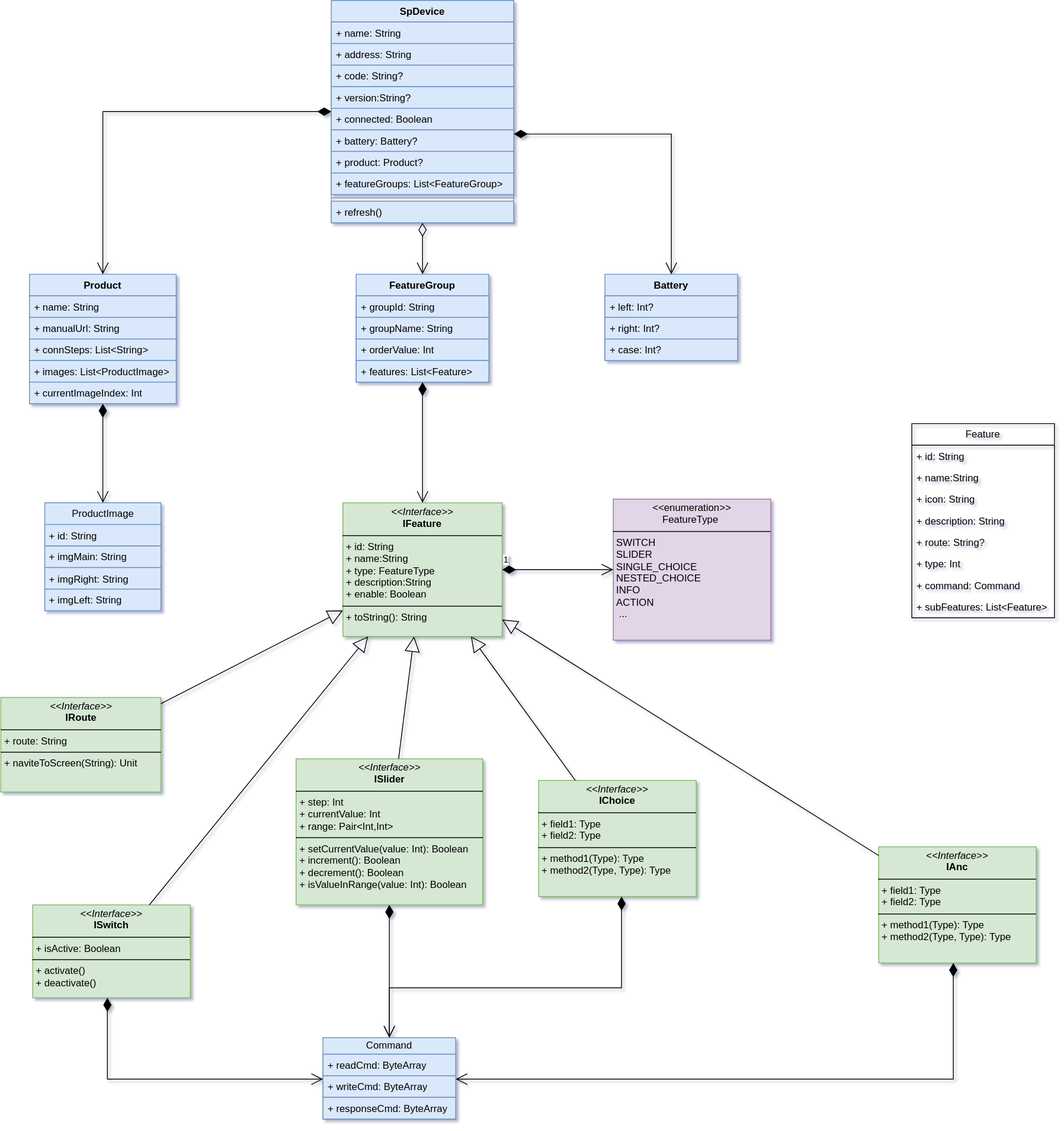
kekemao00/draw-libs keeps this draw.io diagram as sp-device.drawio.svg. Above is the earlier version. Source tidied: cells renumbered, new cells last; positions are measured from the earlier drawing's top-left corner, leaving out a move shared by most shapes.
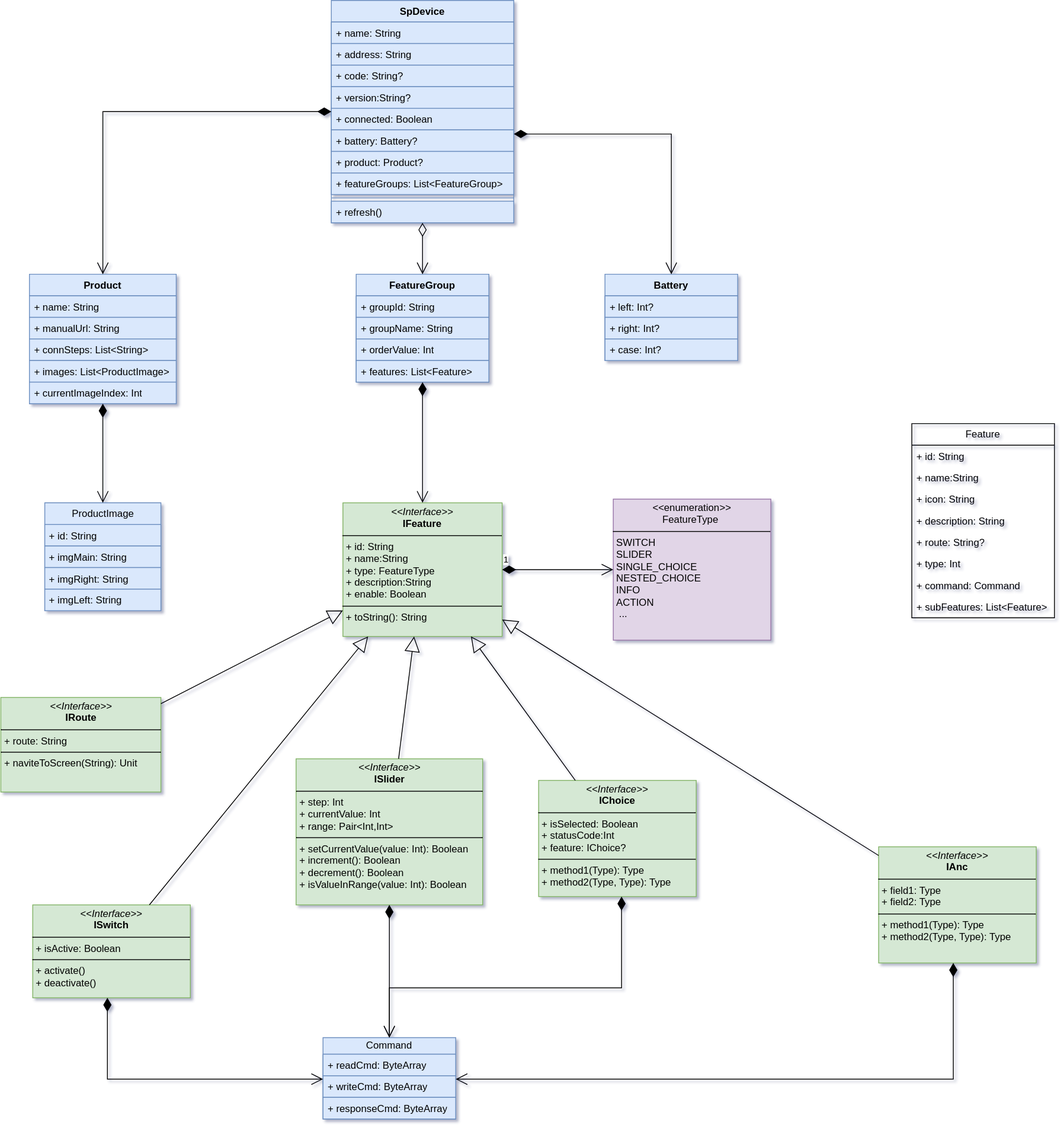
After the commit.

The edit, as a diff of the source:
```diff
@@ -140,7 +140,7 @@
     <mxCell id="47" value="&lt;p style=&quot;margin:0px;margin-top:4px;text-align:center;&quot;&gt;&lt;i&gt;&amp;lt;&amp;lt;Interface&amp;gt;&amp;gt;&lt;/i&gt;&lt;br&gt;&lt;b&gt;IRoute&lt;/b&gt;&lt;/p&gt;&lt;hr size=&quot;1&quot; style=&quot;border-style:solid;&quot;&gt;&lt;p style=&quot;margin:0px;margin-left:4px;&quot;&gt;+ route: String&lt;/p&gt;&lt;hr size=&quot;1&quot; style=&quot;border-style:solid;&quot;&gt;&lt;p style=&quot;margin:0px;margin-left:4px;&quot;&gt;+ naviteToScreen(String): Unit&lt;br&gt;&lt;/p&gt;" style="verticalAlign=top;align=left;overflow=fill;html=1;whiteSpace=wrap;fillColor=#d5e8d4;strokeColor=#82b366;" parent="1" vertex="1">
       <mxGeometry x="-0.5" y="840" width="193" height="114" as="geometry" />
     </mxCell>
-    <mxCell id="48" value="&lt;p style=&quot;margin:0px;margin-top:4px;text-align:center;&quot;&gt;&lt;i&gt;&amp;lt;&amp;lt;Interface&amp;gt;&amp;gt;&lt;/i&gt;&lt;br&gt;&lt;b&gt;IChoice&lt;/b&gt;&lt;/p&gt;&lt;hr size=&quot;1&quot; style=&quot;border-style:solid;&quot;&gt;&lt;p style=&quot;margin:0px;margin-left:4px;&quot;&gt;+ field1: Type&lt;br&gt;+ field2: Type&lt;/p&gt;&lt;hr size=&quot;1&quot; style=&quot;border-style:solid;&quot;&gt;&lt;p style=&quot;margin:0px;margin-left:4px;&quot;&gt;+ method1(Type): Type&lt;br&gt;+ method2(Type, Type): Type&lt;/p&gt;" style="verticalAlign=top;align=left;overflow=fill;html=1;whiteSpace=wrap;fillColor=#d5e8d4;strokeColor=#82b366;" parent="1" vertex="1">
+    <mxCell id="48" value="&lt;p style=&quot;margin:0px;margin-top:4px;text-align:center;&quot;&gt;&lt;i&gt;&amp;lt;&amp;lt;Interface&amp;gt;&amp;gt;&lt;/i&gt;&lt;br&gt;&lt;b&gt;IChoice&lt;/b&gt;&lt;/p&gt;&lt;hr size=&quot;1&quot; style=&quot;border-style:solid;&quot;&gt;&lt;p style=&quot;margin:0px;margin-left:4px;&quot;&gt;+ isSelected: Boolean&lt;br&gt;+ statusCode:Int&lt;br&gt;+&amp;nbsp;feature: IChoice?&lt;/p&gt;&lt;hr size=&quot;1&quot; style=&quot;border-style:solid;&quot;&gt;&lt;p style=&quot;margin:0px;margin-left:4px;&quot;&gt;+ method1(Type): Type&lt;br&gt;+ method2(Type, Type): Type&lt;/p&gt;" style="verticalAlign=top;align=left;overflow=fill;html=1;whiteSpace=wrap;fillColor=#d5e8d4;strokeColor=#82b366;" parent="1" vertex="1">
       <mxGeometry x="648" y="940" width="190" height="140" as="geometry" />
     </mxCell>
     <mxCell id="49" value="&lt;p style=&quot;margin:0px;margin-top:4px;text-align:center;&quot;&gt;&lt;i&gt;&amp;lt;&amp;lt;Interface&amp;gt;&amp;gt;&lt;/i&gt;&lt;br&gt;&lt;b&gt;IAnc&lt;/b&gt;&lt;/p&gt;&lt;hr size=&quot;1&quot; style=&quot;border-style:solid;&quot;&gt;&lt;p style=&quot;margin:0px;margin-left:4px;&quot;&gt;+ field1: Type&lt;br&gt;+ field2: Type&lt;/p&gt;&lt;hr size=&quot;1&quot; style=&quot;border-style:solid;&quot;&gt;&lt;p style=&quot;margin:0px;margin-left:4px;&quot;&gt;+ method1(Type): Type&lt;br&gt;+ method2(Type, Type): Type&lt;/p&gt;" style="verticalAlign=top;align=left;overflow=fill;html=1;whiteSpace=wrap;fillColor=#d5e8d4;strokeColor=#82b366;" parent="1" vertex="1">
```
